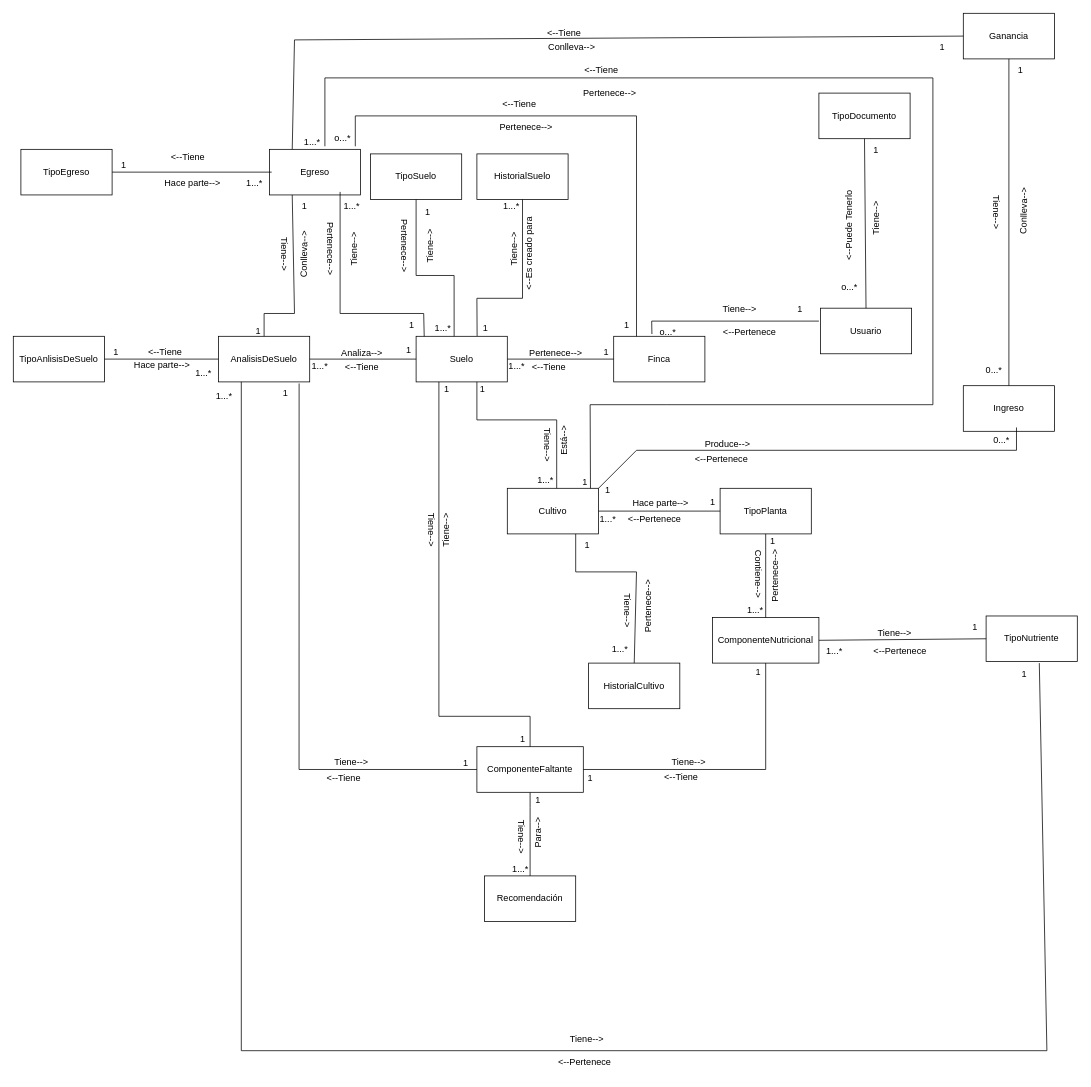
1193090526alexander/IngenieriaDeSotwareII keeps this draw.io diagram as CropScan.drawio. Above is the earlier version. Source tidied: cells renumbered, new cells numbered last; positions are measured from the earlier drawing's top-left corner, leaving out a move shared by most shapes. Both pictures are drawn from the tidied source at 76%, with x=0, y=0 at pixel (13, 13).
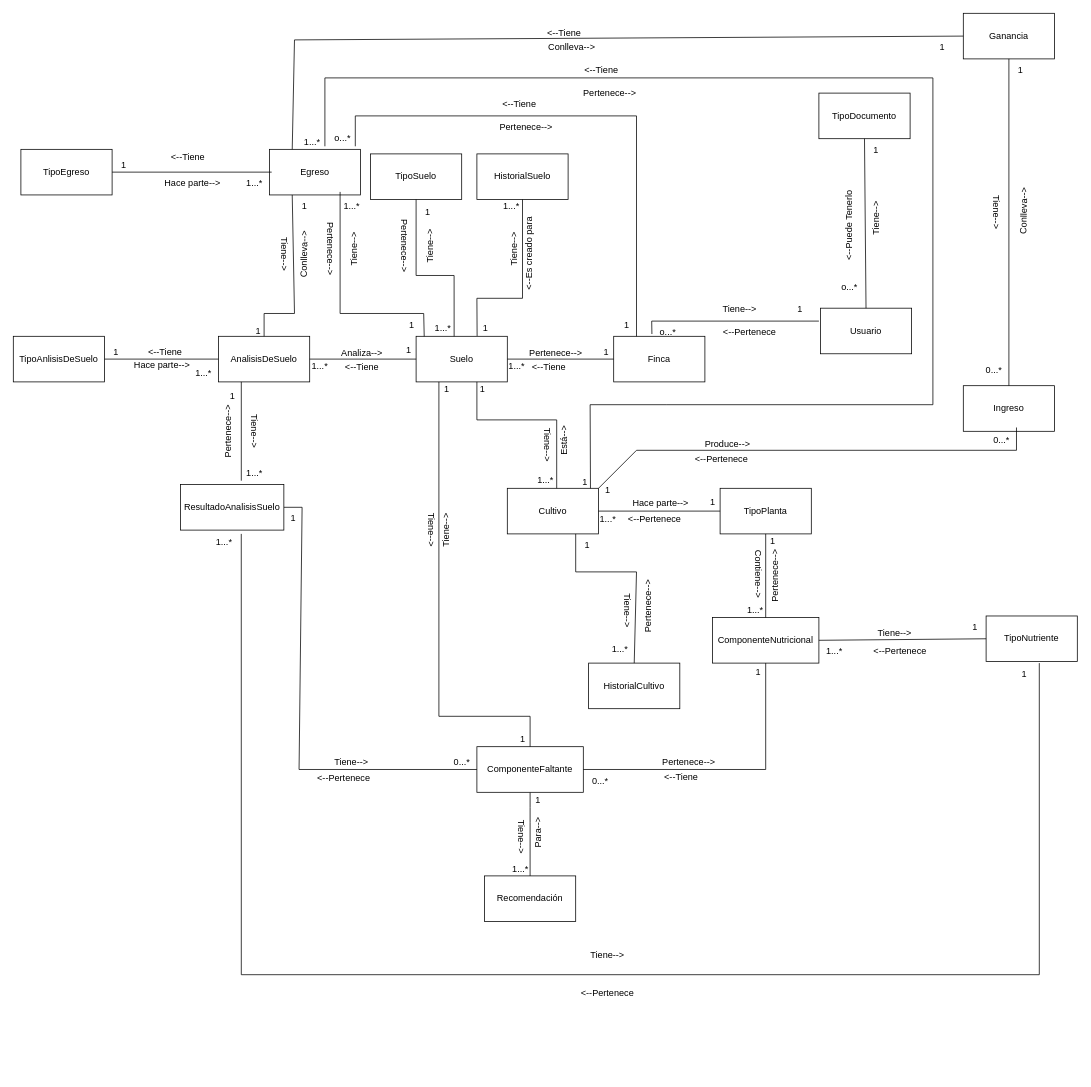
Above is the later version.

The change refers to these unchanged cells:
```xml
<mxCell id="2" value="AnalisisDeSuelo" style="rounded=0;whiteSpace=wrap;html=1;" parent="1" vertex="1">
  <mxGeometry x="270" y="425" width="120" height="60" as="geometry" />
</mxCell>
<mxCell id="84" value="ComponenteFaltante" style="rounded=0;whiteSpace=wrap;html=1;" parent="1" vertex="1">
  <mxGeometry x="610" y="965" width="140" height="60" as="geometry" />
</mxCell>
```

Diff of the diagram source:
```diff
@@
-    <mxCell id="85" style="endArrow=none;html=1;rounded=0;entryX=0.884;entryY=1.034;entryDx=0;entryDy=0;exitX=0;exitY=0.5;exitDx=0;exitDy=0;entryPerimeter=0;" parent="1" edge="1" source="84" target="2">
+    <mxCell id="85" style="endArrow=none;html=1;rounded=0;entryX=1;entryY=0.5;entryDx=0;entryDy=0;exitX=0;exitY=0.5;exitDx=0;exitDy=0;" parent="1" edge="1" source="84" target="145">
       <mxGeometry relative="1" as="geometry">
         <Array as="points">
           <mxPoint x="376" y="995" />
+          <mxPoint x="380" y="650" />
         </Array>
       </mxGeometry>
     </mxCell>
@@
-    <mxCell id="87" value="&amp;lt;--Tiene" style="text;html=1;strokeColor=none;fillColor=none;align=center;verticalAlign=middle;whiteSpace=wrap;rounded=0;" parent="1" vertex="1">
+    <mxCell id="87" value="&amp;lt;--Pertenece" style="text;html=1;strokeColor=none;fillColor=none;align=center;verticalAlign=middle;whiteSpace=wrap;rounded=0;" parent="1" vertex="1">
       <mxGeometry x="385" y="991" width="100" height="30" as="geometry" />
     </mxCell>
@@
-    <mxCell id="90" value="Tiene--&amp;gt;" style="text;html=1;strokeColor=none;fillColor=none;align=center;verticalAlign=middle;whiteSpace=wrap;rounded=0;rotation=0;" parent="1" vertex="1">
+    <mxCell id="90" value="Pertenece--&amp;gt;" style="text;html=1;strokeColor=none;fillColor=none;align=center;verticalAlign=middle;whiteSpace=wrap;rounded=0;rotation=0;" parent="1" vertex="1">
       <mxGeometry x="849" y="971" width="80" height="30" as="geometry" />
     </mxCell>
-    <mxCell id="91" value="1" style="text;html=1;align=center;verticalAlign=middle;strokeColor=none;fillColor=none;" parent="1" vertex="1">
-      <mxGeometry x="580" y="972" width="30" height="30" as="geometry" />
-    </mxCell>
     <mxCell id="92" value="1" style="text;html=1;align=center;verticalAlign=middle;strokeColor=none;fillColor=none;" parent="1" vertex="1">
-      <mxGeometry x="343" y="485" width="30" height="30" as="geometry" />
+      <mxGeometry x="353" y="650" width="30" height="30" as="geometry" />
     </mxCell>
@@
-    <mxCell id="94" value="1" style="text;html=1;align=center;verticalAlign=middle;strokeColor=none;fillColor=none;" parent="1" vertex="1">
-      <mxGeometry x="744" y="991" width="30" height="30" as="geometry" />
+    <mxCell id="94" value="0...*" style="text;html=1;align=center;verticalAlign=middle;strokeColor=none;fillColor=none;" parent="1" vertex="1">
+      <mxGeometry x="752" y="995" width="40" height="30" as="geometry" />
     </mxCell>
@@
-    <mxCell id="135" style="endArrow=none;html=1;rounded=0;exitX=0.25;exitY=1;exitDx=0;exitDy=0;" parent="1" edge="1" source="2">
+    <mxCell id="135" style="endArrow=none;html=1;rounded=0;exitX=0.588;exitY=1.083;exitDx=0;exitDy=0;exitPerimeter=0;" parent="1" edge="1" source="145">
       <mxGeometry relative="1" as="geometry">
         <mxPoint x="1350" y="855" as="targetPoint" />
         <Array as="points">
-          <mxPoint x="300" y="1365" />
-          <mxPoint x="1360" y="1365" />
+          <mxPoint x="300" y="1265" />
+          <mxPoint x="1350" y="1265" />
         </Array>
       </mxGeometry>
     </mxCell>
     <mxCell id="136" value="Tiene--&amp;gt;" style="text;html=1;strokeColor=none;fillColor=none;align=center;verticalAlign=middle;whiteSpace=wrap;rounded=0;rotation=0;" parent="1" vertex="1">
-      <mxGeometry x="715" y="1335" width="80" height="30" as="geometry" />
+      <mxGeometry x="742" y="1225" width="80" height="30" as="geometry" />
     </mxCell>
     <mxCell id="137" value="&amp;lt;--Pertenece" style="text;html=1;strokeColor=none;fillColor=none;align=center;verticalAlign=middle;whiteSpace=wrap;rounded=0;" parent="1" vertex="1">
-      <mxGeometry x="712" y="1365" width="80" height="30" as="geometry" />
+      <mxGeometry x="742" y="1275" width="80" height="30" as="geometry" />
     </mxCell>
@@
-    <mxCell id="139" value="1...*" style="text;html=1;align=center;verticalAlign=middle;strokeColor=none;fillColor=none;" parent="1" vertex="1">
-      <mxGeometry x="257" y="489" width="40" height="30" as="geometry" />
-    </mxCell>
@@
+    <mxCell id="145" value="ResultadoAnalisisSuelo" style="rounded=0;whiteSpace=wrap;html=1;" parent="1" vertex="1">
+      <mxGeometry x="220" y="620" width="136" height="60" as="geometry" />
+    </mxCell>
+    <mxCell id="146" style="endArrow=none;html=1;rounded=0;entryX=0.25;entryY=1;entryDx=0;entryDy=0;" parent="1" edge="1" target="2">
+      <mxGeometry relative="1" as="geometry">
+        <mxPoint x="300" y="615" as="sourcePoint" />
+      </mxGeometry>
+    </mxCell>
+    <mxCell id="147" value="1...*" style="text;html=1;align=center;verticalAlign=middle;strokeColor=none;fillColor=none;" parent="1" vertex="1">
+      <mxGeometry x="257" y="681" width="40" height="30" as="geometry" />
+    </mxCell>
+    <mxCell id="91" value="1" style="text;html=1;align=center;verticalAlign=middle;strokeColor=none;fillColor=none;" parent="1" vertex="1">
+      <mxGeometry x="273" y="489" width="30" height="30" as="geometry" />
+    </mxCell>
+    <mxCell id="148" value="1...*" style="text;html=1;align=center;verticalAlign=middle;strokeColor=none;fillColor=none;" parent="1" vertex="1">
+      <mxGeometry x="297" y="590" width="40" height="30" as="geometry" />
+    </mxCell>
+    <mxCell id="149" value="Tiene--&amp;gt;" style="text;html=1;strokeColor=none;fillColor=none;align=center;verticalAlign=middle;whiteSpace=wrap;rounded=0;rotation=90;" parent="1" vertex="1">
+      <mxGeometry x="287" y="535" width="60" height="30" as="geometry" />
+    </mxCell>
+    <mxCell id="150" value="Pertenece--&amp;gt;" style="text;html=1;strokeColor=none;fillColor=none;align=center;verticalAlign=middle;whiteSpace=wrap;rounded=0;rotation=270;" parent="1" vertex="1">
+      <mxGeometry x="243" y="535" width="80" height="30" as="geometry" />
+    </mxCell>
+    <mxCell id="151" value="0...*" style="text;html=1;align=center;verticalAlign=middle;strokeColor=none;fillColor=none;" parent="1" vertex="1">
+      <mxGeometry x="570" y="971" width="40" height="30" as="geometry" />
+    </mxCell>
```
